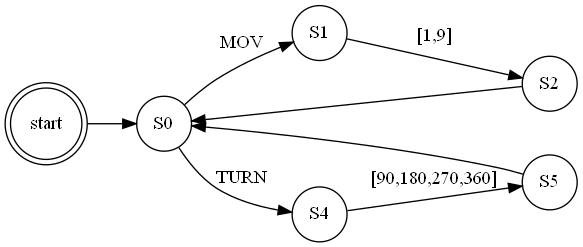
This is nfa.png from BoJavs-svg/RobotComputationalMethods, a Graphviz export, as it was before one commit. Its source is kept beside it as nfa.dot.
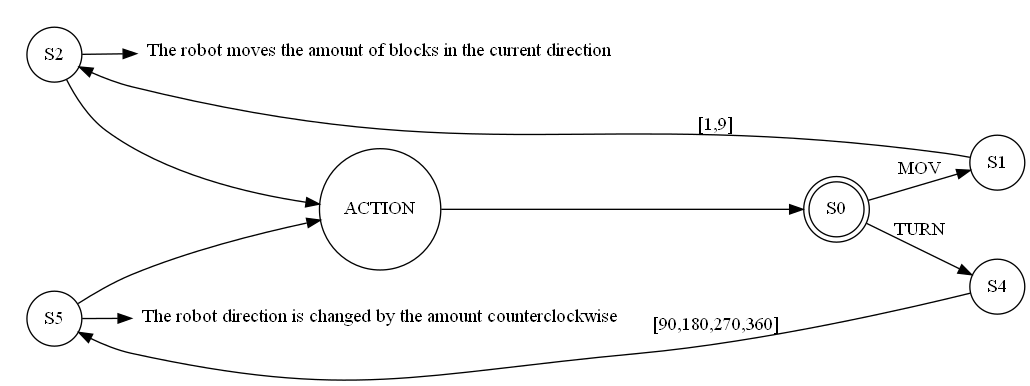
After the change.

Change to the diagram source:
```diff
@@ -1,15 +1,31 @@
+
 digraph nfa {
     rankdir=LR;
     node [shape=circle];
-    start [shape=doublecircle];
-
-    start -> S0;
+    S0 [shape=doublecircle];
 
     S0 -> S1 [label="MOV"];
     S1 -> S2 [label="[1,9]"];
-    S2 -> S0;
 
     S0 -> S4 [label="TURN"];
     S4 -> S5 [label="[90,180,270,360]"];
-    S5 -> S0;
+
+
+    S5->ACTION
+    S2->ACTION
+    ACTION->S0
+
+    subgraph cluster_S2_comment {
+        style = invis;
+        S2_comment [shape=plaintext, label="The robot moves the amount of blocks in the current direction"];
+        S2->S2_comment
+
+    }
+
+    subgraph cluster_S5_comment {
+        style = invis;
+        S5_comment [shape=plaintext, label="The robot direction is changed by the amount counterclockwise"];
+        S5->S5_comment
+
+    }
 }
```
